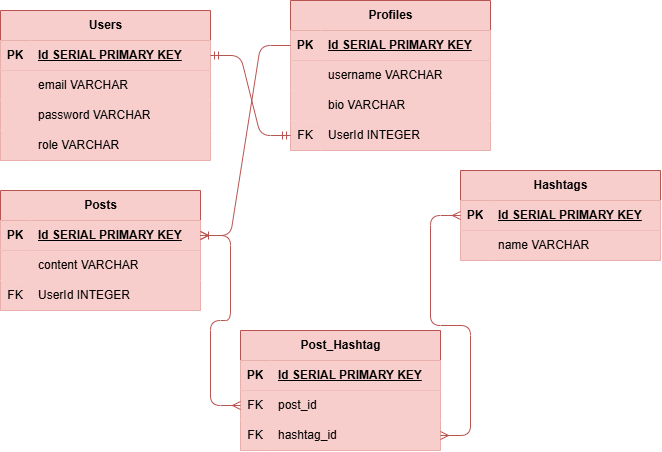
The draw.io diagram schema.drawio.png in erizhm/pair-project, before a commit. Source tidied: cells renumbered, new cells last; positions are measured from the earlier drawing's top-left corner, leaving out a move shared by most shapes.
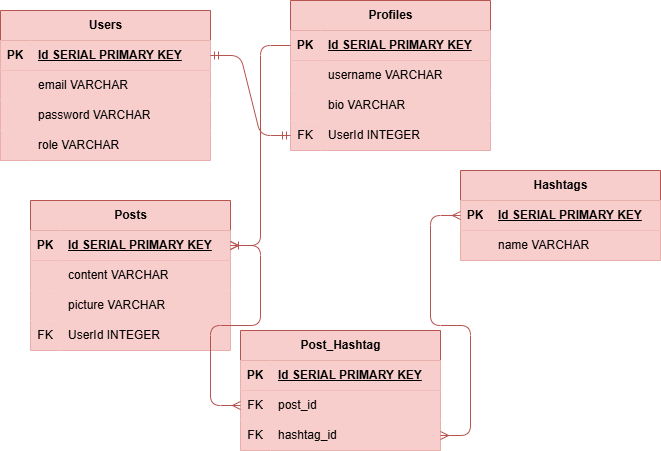
Later version of the same file.

The edit, as a diff of the source:
```diff
@@ -84,7 +84,7 @@
       <mxGeometry relative="1" as="geometry" />
     </mxCell>
     <mxCell id="29" value="Posts" style="shape=table;startSize=30;rowLines=0;fontStyle=1;align=center;html=1;fillColor=#f8cecc;strokeColor=#b85450;" parent="1" vertex="1">
-      <mxGeometry y="190" width="200" height="120" as="geometry" />
+      <mxGeometry x="30" y="200" width="200" height="150" as="geometry" />
     </mxCell>
     <mxCell id="30" style="shape=tableRow;horizontal=0;startSize=0;swimlaneHead=0;swimlaneBody=0;fillColor=#f8cecc;points=[[0,0.5],[1,0.5]];portConstraint=eastwest;top=0;left=0;right=0;bottom=1;strokeColor=#b85450;" parent="29" vertex="1">
       <mxGeometry y="30" width="200" height="30" as="geometry" />
@@ -104,8 +104,17 @@
     <mxCell id="35" value="content VARCHAR" style="shape=partialRectangle;fillColor=#f8cecc;top=0;left=0;bottom=0;right=0;align=left;spacingLeft=6;overflow=hidden;whiteSpace=wrap;html=1;strokeColor=#b85450;" parent="33" vertex="1">
       <mxGeometry x="30" width="170" height="30" as="geometry" />
     </mxCell>
+    <mxCell id="59" style="shape=tableRow;horizontal=0;startSize=0;swimlaneHead=0;swimlaneBody=0;fillColor=#f8cecc;top=0;left=0;right=0;bottom=0;strokeColor=#b85450;" parent="29" vertex="1">
+      <mxGeometry y="90" width="200" height="30" as="geometry" />
+    </mxCell>
+    <mxCell id="60" style="shape=partialRectangle;fillColor=#f8cecc;top=0;left=0;bottom=0;right=0;overflow=hidden;whiteSpace=wrap;html=1;strokeColor=#b85450;" parent="59" vertex="1">
+      <mxGeometry width="30" height="30" as="geometry" />
+    </mxCell>
+    <mxCell id="61" value="picture VARCHAR" style="shape=partialRectangle;fillColor=#f8cecc;top=0;left=0;bottom=0;right=0;align=left;spacingLeft=6;overflow=hidden;whiteSpace=wrap;html=1;strokeColor=#b85450;" parent="59" vertex="1">
+      <mxGeometry x="30" width="170" height="30" as="geometry" />
+    </mxCell>
     <mxCell id="36" style="shape=tableRow;horizontal=0;startSize=0;swimlaneHead=0;swimlaneBody=0;fillColor=#f8cecc;top=0;left=0;right=0;bottom=0;strokeColor=#b85450;" parent="29" vertex="1">
-      <mxGeometry y="90" width="200" height="30" as="geometry" />
+      <mxGeometry y="120" width="200" height="30" as="geometry" />
     </mxCell>
     <mxCell id="37" value="FK" style="shape=partialRectangle;fillColor=#f8cecc;top=0;left=0;bottom=0;right=0;overflow=hidden;whiteSpace=wrap;html=1;strokeColor=#b85450;" parent="36" vertex="1">
       <mxGeometry width="30" height="30" as="geometry" />
```
